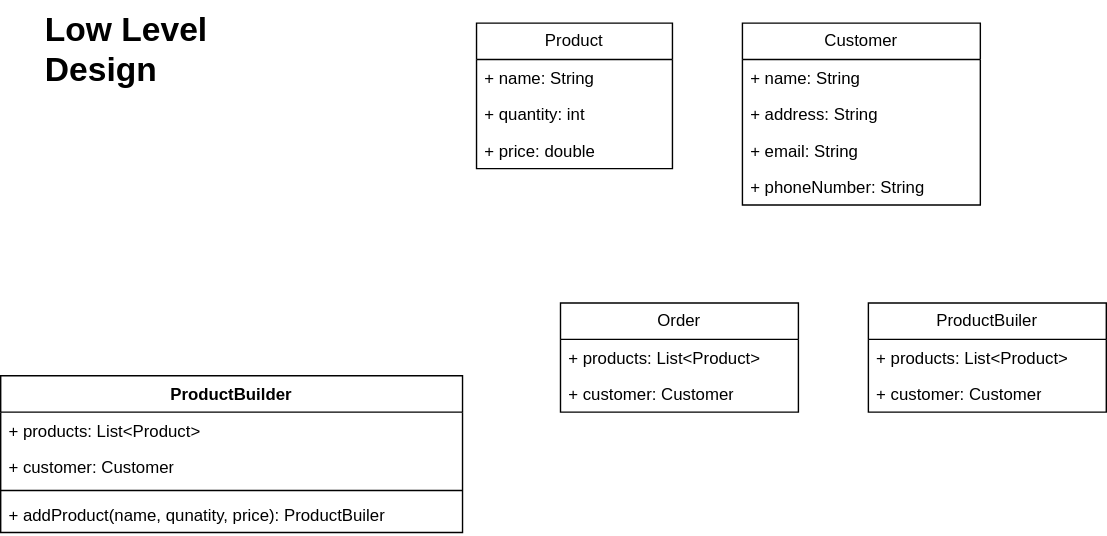
The draw.io diagram OnlineShoppingSystem.drawio.svg in uchiharizvi/design-diagrams, before a commit. Source tidied: cells renumbered, new cells last; positions are measured from the earlier drawing's top-left corner, leaving out a move shared by most shapes.
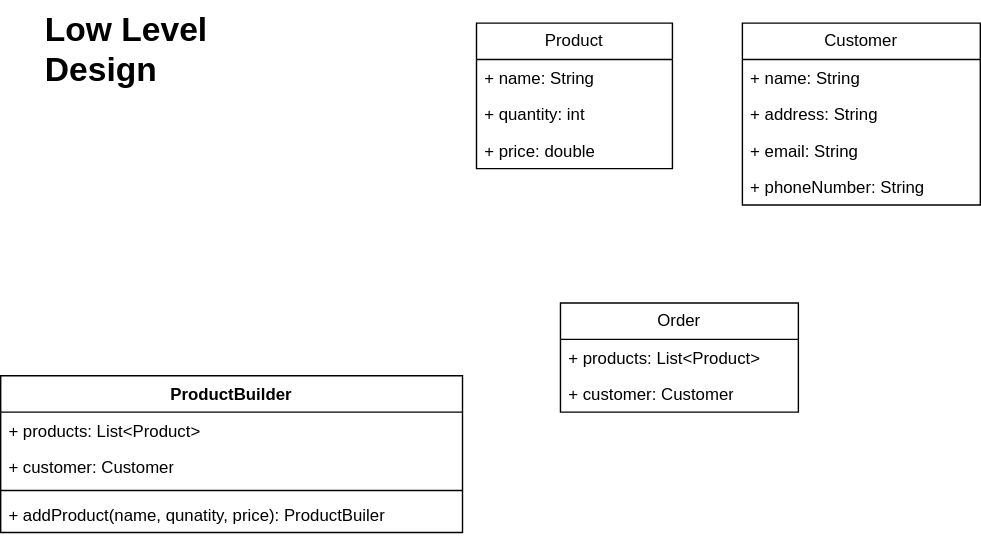
The same file after the commit.

The edit, as a diff of the source:
```diff
@@ -41,15 +41,6 @@
     <mxCell id="14" value="&lt;h1 style=&quot;margin-top: 0px;&quot;&gt;Low Level Design&lt;/h1&gt;&lt;p&gt;&lt;br&gt;&lt;/p&gt;" style="text;html=1;whiteSpace=wrap;overflow=hidden;rounded=0;" parent="1" vertex="1">
       <mxGeometry x="30" width="180" height="66" as="geometry" />
     </mxCell>
-    <mxCell id="15" value="ProductBuiler" style="swimlane;fontStyle=0;horizontal=1;startSize=26;fillColor=none;whiteSpace=wrap;html=1;" parent="1" vertex="1">
-      <mxGeometry x="620" y="216" width="170" height="78" as="geometry" />
-    </mxCell>
-    <mxCell id="16" value="+ products: List&amp;lt;Product&amp;gt;" style="text;strokeColor=none;fillColor=none;align=left;verticalAlign=top;spacingLeft=4;spacingRight=4;overflow=hidden;whiteSpace=wrap;html=1;" parent="15" vertex="1">
-      <mxGeometry y="26" width="170" height="26" as="geometry" />
-    </mxCell>
-    <mxCell id="17" value="+ customer: Customer" style="text;strokeColor=none;fillColor=none;align=left;verticalAlign=top;spacingLeft=4;spacingRight=4;overflow=hidden;whiteSpace=wrap;html=1;" parent="15" vertex="1">
-      <mxGeometry y="52" width="170" height="26" as="geometry" />
-    </mxCell>
     <mxCell id="18" value="ProductBuilder" style="swimlane;fontStyle=1;align=center;verticalAlign=top;horizontal=1;startSize=26;whiteSpace=wrap;html=1;" parent="1" vertex="1">
       <mxGeometry y="268" width="330" height="112" as="geometry" />
     </mxCell>
```
